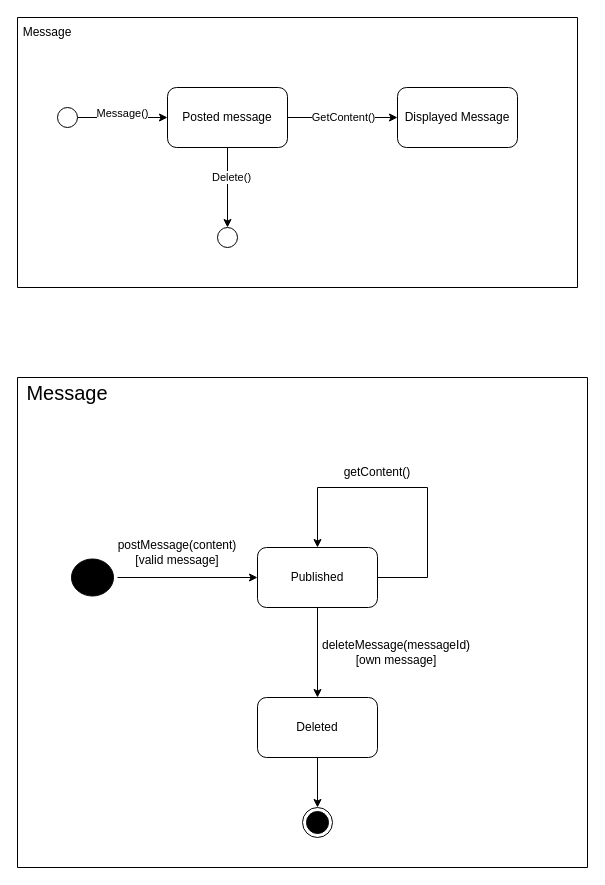
SaraMalmstedt/Chatterbox_Group3 keeps this draw.io diagram as diagrams/state_diagram.drawio. Above is the earlier version. Source tidied: cells renumbered, new cells numbered last; positions are measured from the earlier drawing's top-left corner, leaving out a move shared by most shapes. Both pictures are drawn from the tidied source at 100%, with x=0, y=0 at pixel (17, 17).
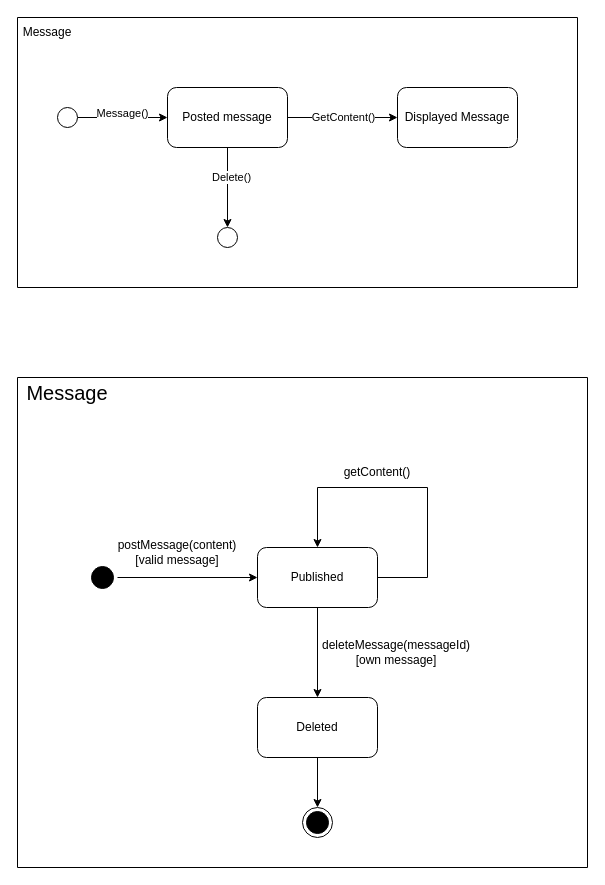
After the change.

Unchanged cells that the change refers to:
```xml
<mxCell id="14" value="Published" style="rounded=1;whiteSpace=wrap;html=1;roundedPerimeter=1;" parent="1" vertex="1">
  <mxGeometry x="240" y="530" width="120" height="60" as="geometry" />
</mxCell>
<mxCell id="20" style="swimlane;startSize=0;" parent="1" vertex="1">
  <mxGeometry y="360" width="570" height="490" as="geometry" />
</mxCell>
```

Diff of the diagram source:
```diff
@@
-    <mxCell id="17" style="ellipse;html=1;shape=startState;fillColor=#000000;strokeColor=#000000;" parent="1" vertex="1">
-      <mxGeometry x="50" y="537.5" width="50" height="45" as="geometry" />
-    </mxCell>
-    <mxCell id="18" style="endArrow=classic;html=1;rounded=0;defaultLabelBackgroundColor=gap;exitX=1;exitY=0.5;exitDx=0;exitDy=0;entryX=0;entryY=0.5;entryDx=0;entryDy=0;" parent="1" edge="1" source="17" target="14">
+    <mxCell id="18" style="endArrow=classic;html=1;rounded=0;defaultLabelBackgroundColor=gap;exitX=1;exitY=0.5;exitDx=0;exitDy=0;entryX=0;entryY=0.5;entryDx=0;entryDy=0;" parent="1" edge="1" source="28" target="14">
       <mxGeometry x="-0.13" relative="1" as="geometry" />
     </mxCell>
@@
+    <mxCell id="28" style="ellipse;html=1;shape=startState;fillColor=#000000;strokeColor=light-dark(#030303, #ff9090);" parent="20" vertex="1">
+      <mxGeometry x="70" y="185" width="30" height="30" as="geometry" />
+    </mxCell>
```
